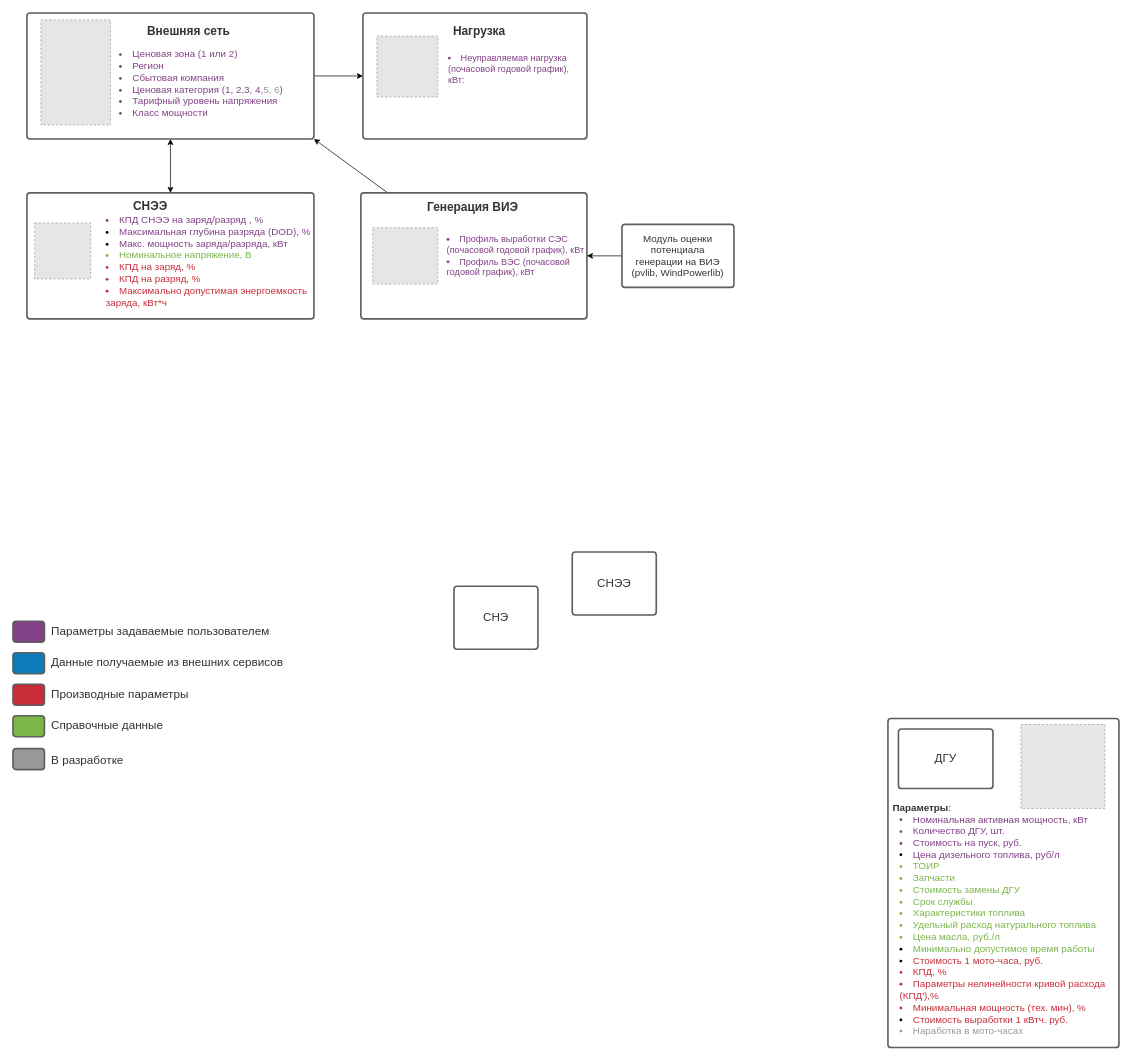
Earlier version of the draw.io diagram page "Статья" (4 of 4) of TEO.drawio (Randyrofed/DrawIO). Source tidied: cells renumbered, new cells numbered last; positions are measured from the earlier drawing's top-left corner, leaving out a move shared by most shapes. Both pictures are drawn from the tidied source at 70%, with x=0, y=0 at pixel (13, 13). Pictures stored in the file or linked from it are replaced by grey dashed boxes.
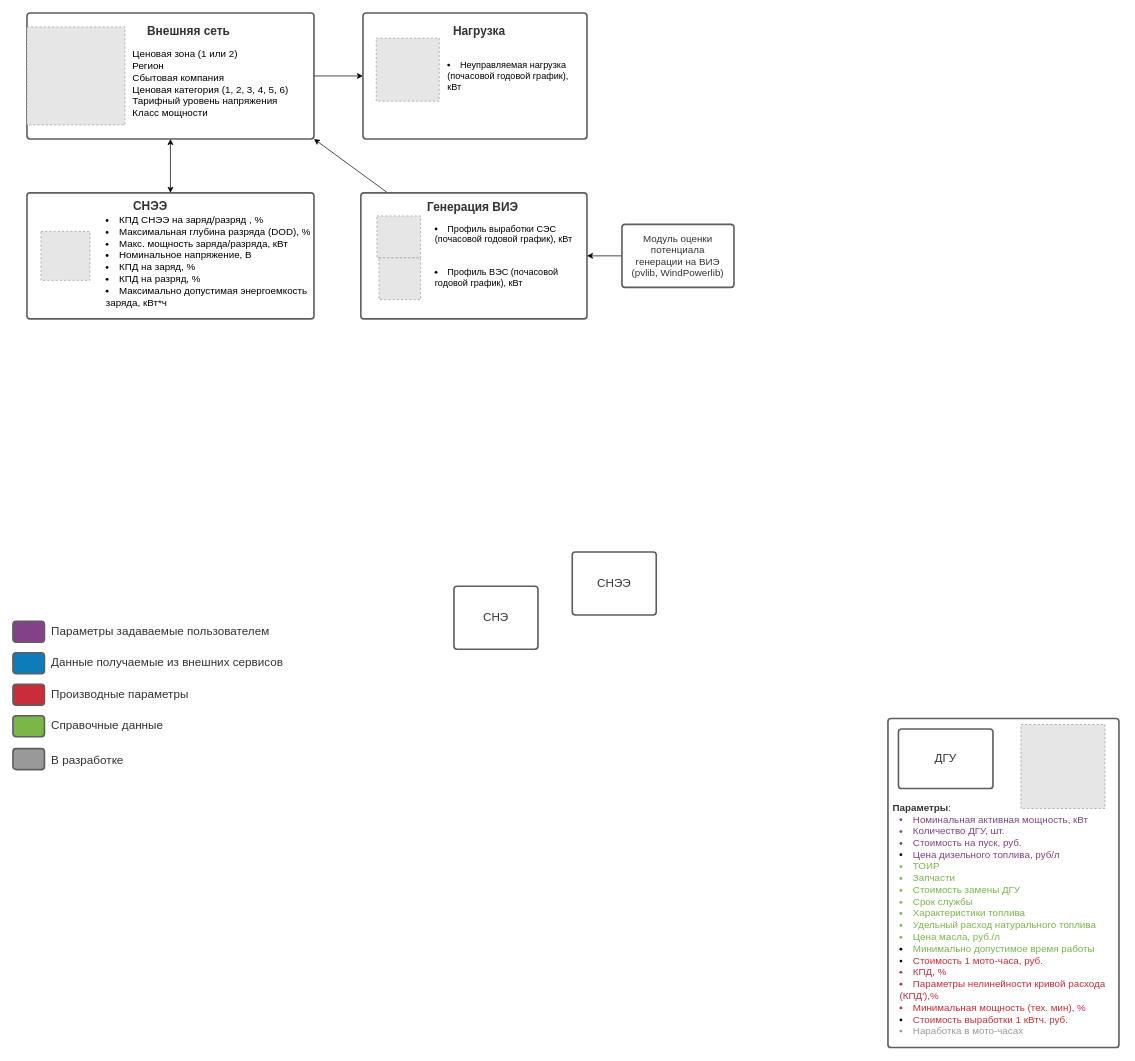
After the change.

Diff of the diagram source:
```diff
@@
-    <mxCell id="6" value="&lt;ul style=&quot;margin: 0px; padding-left: 10px; list-style-position: inside; list-style-type: disc; font-size: 14px;&quot;&gt;&lt;li style=&quot;text-align: left; color: rgb(131, 65, 135); font-size: 14px;&quot;&gt;&lt;span style=&quot;margin-left: 0px; margin-top: -2px; font-size: 14px;&quot;&gt;&lt;span style=&quot;font-size: 14px;&quot;&gt;&lt;span style=&quot;font-size: 14px; color: rgb(131, 65, 135);&quot;&gt;Ценовая зона (1 или 2)&lt;/span&gt;&lt;/span&gt;&lt;/span&gt;&lt;/li&gt;&lt;li style=&quot;text-align: left; color: rgb(131, 65, 135); font-size: 14px;&quot;&gt;&lt;span style=&quot;margin-left: 0px; margin-top: -2px; font-size: 14px;&quot;&gt;&lt;span style=&quot;font-size: 14px; color: rgb(131, 65, 135);&quot;&gt;Регион&lt;/span&gt;&lt;/span&gt;&lt;/li&gt;&lt;li style=&quot;text-align: left; color: rgb(131, 65, 135); font-size: 14px;&quot;&gt;&lt;span style=&quot;margin-left: 0px; margin-top: -2px; font-size: 14px;&quot;&gt;&lt;span style=&quot;font-size: 14px; color: rgb(131, 65, 135);&quot;&gt;Сбытовая компания&lt;/span&gt;&lt;/span&gt;&lt;/li&gt;&lt;li style=&quot;text-align: left; color: rgb(131, 65, 135); font-size: 14px;&quot;&gt;&lt;span style=&quot;margin-left: 0px; margin-top: -2px; font-size: 14px;&quot;&gt;&lt;span style=&quot;font-size: 14px; color: rgb(131, 65, 135);&quot;&gt;Ценовая категория&amp;nbsp;&lt;/span&gt;&lt;/span&gt;(1, 2,&lt;span style=&quot;border-color: var(--border-color); font-size: 14px;&quot;&gt;3, 4,&lt;/span&gt;&lt;span style=&quot;border-color: var(--border-color); color: rgb(153, 153, 153); font-size: 14px;&quot;&gt;5, 6&lt;/span&gt;&lt;span style=&quot;border-color: var(--border-color); font-size: 14px;&quot;&gt;)&lt;/span&gt;&lt;/li&gt;&lt;li style=&quot;text-align: left; color: rgb(131, 65, 135); font-size: 14px;&quot;&gt;&lt;span style=&quot;margin-left: 0px; margin-top: -2px; font-size: 14px;&quot;&gt;&lt;span style=&quot;font-size: 14px; color: rgb(131, 65, 135);&quot;&gt;Тарифный уровень напряжения&lt;/span&gt;&lt;/span&gt;&lt;/li&gt;&lt;li style=&quot;text-align: left; color: rgb(131, 65, 135); font-size: 14px;&quot;&gt;&lt;span style=&quot;margin-left: 0px; margin-top: -2px; font-size: 14px;&quot;&gt;&lt;span style=&quot;font-size: 14px; color: rgb(131, 65, 135);&quot;&gt;Класс мощности&lt;/span&gt;&lt;/span&gt;&lt;/li&gt;&lt;/ul&gt;&lt;div style=&quot;display: flex; justify-content: flex-start; text-align: left; align-items: baseline; font-size: 14px; line-height: 1.25; margin-top: -2px;&quot;&gt;&lt;span style=&quot;font-size: 14px;&quot;&gt;&lt;/span&gt;&lt;/div&gt;" style="html=1;overflow=block;blockSpacing=1;whiteSpace=wrap;fontSize=14;spacing=3.8;verticalAlign=middle;strokeOpacity=0;fillOpacity=0;rounded=1;absoluteArcSize=1;arcSize=9;fillColor=#ffffff;strokeWidth=2.3;lucidId=57ekaHlkeXMu;" parent="1" vertex="1">
+    <mxCell id="6" value="&lt;ul style=&quot;margin: 0px; padding-left: 10px; list-style-position: inside; list-style-type: disc; font-size: 14px;&quot;&gt;&lt;li style=&quot;text-align: left; font-size: 14px;&quot;&gt;&lt;span style=&quot;margin-left: 0px; margin-top: -2px; font-size: 14px;&quot;&gt;&lt;span style=&quot;font-size: 14px;&quot;&gt;&lt;span style=&quot;font-size: 14px;&quot;&gt;Ценовая зона (1 или 2)&lt;/span&gt;&lt;/span&gt;&lt;/span&gt;&lt;/li&gt;&lt;li style=&quot;text-align: left; font-size: 14px;&quot;&gt;&lt;span style=&quot;margin-left: 0px; margin-top: -2px; font-size: 14px;&quot;&gt;&lt;span style=&quot;font-size: 14px;&quot;&gt;Регион&lt;/span&gt;&lt;/span&gt;&lt;/li&gt;&lt;li style=&quot;text-align: left; font-size: 14px;&quot;&gt;&lt;span style=&quot;margin-left: 0px; margin-top: -2px; font-size: 14px;&quot;&gt;&lt;span style=&quot;font-size: 14px;&quot;&gt;Сбытовая компания&lt;/span&gt;&lt;/span&gt;&lt;/li&gt;&lt;li style=&quot;text-align: left; font-size: 14px;&quot;&gt;&lt;span style=&quot;margin-left: 0px; margin-top: -2px; font-size: 14px;&quot;&gt;&lt;span style=&quot;font-size: 14px;&quot;&gt;Ценовая категория&amp;nbsp;&lt;/span&gt;&lt;/span&gt;(1, 2,&amp;nbsp;&lt;span style=&quot;border-color: var(--border-color); font-size: 14px;&quot;&gt;3, 4,&amp;nbsp;&lt;/span&gt;&lt;span style=&quot;border-color: var(--border-color); font-size: 14px;&quot;&gt;5, 6&lt;/span&gt;&lt;span style=&quot;border-color: var(--border-color); font-size: 14px;&quot;&gt;)&lt;/span&gt;&lt;/li&gt;&lt;li style=&quot;text-align: left; font-size: 14px;&quot;&gt;&lt;span style=&quot;margin-left: 0px; margin-top: -2px; font-size: 14px;&quot;&gt;&lt;span style=&quot;font-size: 14px;&quot;&gt;Тарифный уровень напряжения&lt;/span&gt;&lt;/span&gt;&lt;/li&gt;&lt;li style=&quot;text-align: left; font-size: 14px;&quot;&gt;&lt;span style=&quot;margin-left: 0px; margin-top: -2px; font-size: 14px;&quot;&gt;&lt;span style=&quot;font-size: 14px;&quot;&gt;Класс мощности&lt;/span&gt;&lt;/span&gt;&lt;/li&gt;&lt;/ul&gt;&lt;div style=&quot;display: flex; justify-content: flex-start; text-align: left; align-items: baseline; font-size: 14px; line-height: 1.25; margin-top: -2px;&quot;&gt;&lt;span style=&quot;font-size: 14px;&quot;&gt;&lt;/span&gt;&lt;/div&gt;" style="html=1;overflow=block;blockSpacing=1;whiteSpace=wrap;fontSize=14;spacing=3.8;verticalAlign=middle;strokeOpacity=0;fillOpacity=0;rounded=1;absoluteArcSize=1;arcSize=9;fillColor=#ffffff;strokeWidth=2.3;lucidId=57ekaHlkeXMu;fontColor=#000000;" parent="1" vertex="1">
       <mxGeometry x="139.4" y="30" width="260.6" height="140" as="geometry" />
     </mxCell>
-    <mxCell id="7" style="fillColor=#E6E6E6;strokeColor=#999999;dashed=1;verticalLabelPosition=bottom;labelBackgroundColor=default;verticalAlign=top;" parent="1" vertex="1">
-      <mxGeometry x="40" y="10" width="99.4" height="150" as="geometry" />
-    </mxCell>
@@
-    <mxCell id="10" value="&lt;ul style=&quot;margin: 0px; padding-left: 10px; list-style-position: inside; list-style-type: disc; font-size: 13px;&quot;&gt;&lt;li style=&quot;text-align: left; color: rgb(131, 65, 135); font-size: 13px;&quot;&gt;&lt;span style=&quot;margin-left: 0px; margin-top: -2px; font-size: 13px;&quot;&gt;&lt;span style=&quot;font-size: 13px; color: rgb(131, 65, 135);&quot;&gt;Неуправляемая нагрузка (почасовой годовой график), кВт:&lt;/span&gt;&lt;/span&gt;&lt;/li&gt;&lt;/ul&gt;" style="html=1;overflow=block;blockSpacing=1;whiteSpace=wrap;fontSize=13;spacing=3.8;strokeOpacity=0;fillOpacity=0;rounded=1;absoluteArcSize=1;arcSize=9;fillColor=#ffffff;strokeWidth=2.3;lucidId=FNhksjk4ECOr;" parent="1" vertex="1">
-      <mxGeometry x="609" y="33" width="210" height="93" as="geometry" />
+    <mxCell id="10" value="&lt;ul style=&quot;margin: 0px; padding-left: 10px; list-style-position: inside; list-style-type: disc; font-size: 13px;&quot;&gt;&lt;li style=&quot;text-align: left; font-size: 13px;&quot;&gt;&lt;span style=&quot;margin-left: 0px; margin-top: -2px; font-size: 13px;&quot;&gt;&lt;span style=&quot;font-size: 13px;&quot;&gt;Неуправляемая нагрузка (почасовой годовой график), кВт&lt;/span&gt;&lt;/span&gt;&lt;/li&gt;&lt;/ul&gt;" style="html=1;overflow=block;blockSpacing=1;whiteSpace=wrap;fontSize=13;spacing=3.8;strokeOpacity=0;fillOpacity=0;rounded=1;absoluteArcSize=1;arcSize=9;fillColor=#ffffff;strokeWidth=2.3;lucidId=FNhksjk4ECOr;fontColor=#000000;" parent="1" vertex="1">
+      <mxGeometry x="608.2" y="43.5" width="210" height="93" as="geometry" />
     </mxCell>
-    <mxCell id="11" style="fillColor=#E6E6E6;strokeColor=#999999;dashed=1;html=1;whiteSpace=wrap;fontSize=13;spacing=0;" parent="1" vertex="1">
-      <mxGeometry x="520" y="33" width="87" height="87" as="geometry" />
-    </mxCell>
@@
-    <mxCell id="14" style="fillColor=#E6E6E6;strokeColor=#999999;dashed=1;html=1;whiteSpace=wrap;fontSize=13;spacing=0;" parent="1" vertex="1">
-      <mxGeometry x="514" y="306.8" width="93" height="80.5" as="geometry" />
-    </mxCell>
-    <mxCell id="15" value="&lt;ul style=&quot;margin: 0px; padding-left: 10px; list-style-position: inside; list-style-type: disc; font-size: 13px;&quot;&gt;&lt;li style=&quot;text-align: left; color: rgb(131, 65, 135); font-size: 13px;&quot;&gt;&lt;span style=&quot;margin-left: 0px; margin-top: -2px; font-size: 13px;&quot;&gt;&lt;span style=&quot;font-size: 13px; color: rgb(131, 65, 135);&quot;&gt;Профиль выработки СЭС (почасовой годовой график), кВт&lt;/span&gt;&lt;/span&gt;&lt;/li&gt;&lt;li style=&quot;text-align: left; color: rgb(131, 65, 135); font-size: 13px;&quot;&gt;&lt;span style=&quot;margin-left: 0px; margin-top: -2px; font-size: 13px;&quot;&gt;&lt;span style=&quot;font-size: 13px; color: rgb(131, 65, 135);&quot;&gt;Профиль ВЭС (почасовой годовой график), кВт&lt;/span&gt;&lt;/span&gt;&lt;/li&gt;&lt;/ul&gt;" style="html=1;overflow=block;blockSpacing=1;whiteSpace=wrap;fontSize=13;spacing=3.8;strokeOpacity=0;fillOpacity=0;rounded=1;absoluteArcSize=1;arcSize=9;fillColor=#ffffff;strokeWidth=2.3;lucidId=cNhkJLrY1LIh;" parent="1" vertex="1">
-      <mxGeometry x="607" y="273.5" width="213" height="147" as="geometry" />
+    <mxCell id="15" value="&lt;ul style=&quot;margin: 0px; padding-left: 10px; list-style-position: inside; list-style-type: disc; font-size: 13px;&quot;&gt;&lt;li style=&quot;text-align: left; font-size: 13px;&quot;&gt;&lt;span style=&quot;margin-left: 0px; margin-top: -2px; font-size: 13px;&quot;&gt;&lt;span style=&quot;font-size: 13px;&quot;&gt;Профиль выработки СЭС (почасовой годовой график), кВт&lt;/span&gt;&lt;/span&gt;&lt;/li&gt;&lt;/ul&gt;&lt;div style=&quot;text-align: left;&quot;&gt;&lt;font&gt;&lt;br&gt;&lt;/font&gt;&lt;/div&gt;&lt;div style=&quot;text-align: left;&quot;&gt;&lt;font&gt;&lt;br&gt;&lt;/font&gt;&lt;/div&gt;&lt;ul style=&quot;margin: 0px; padding-left: 10px; list-style-position: inside; list-style-type: disc; font-size: 13px;&quot;&gt;&lt;li style=&quot;text-align: left; font-size: 13px;&quot;&gt;&lt;span style=&quot;margin-left: 0px; margin-top: -2px; font-size: 13px;&quot;&gt;&lt;span style=&quot;font-size: 13px;&quot;&gt;Профиль ВЭС (почасовой годовой график), кВт&lt;/span&gt;&lt;/span&gt;&lt;/li&gt;&lt;/ul&gt;" style="html=1;overflow=block;blockSpacing=1;whiteSpace=wrap;fontSize=13;spacing=3.8;strokeOpacity=0;fillOpacity=0;rounded=1;absoluteArcSize=1;arcSize=9;fillColor=#ffffff;strokeWidth=2.3;lucidId=cNhkJLrY1LIh;fontColor=#000000;" parent="1" vertex="1">
+      <mxGeometry x="590" y="273.5" width="230" height="147" as="geometry" />
     </mxCell>
@@
-    <mxCell id="17" value="&lt;ul style=&quot;margin: 0px; padding-left: 10px; list-style-position: inside; list-style-type: disc; font-size: 14px;&quot;&gt;&lt;li style=&quot;text-align: left; color: rgb(131, 65, 135); font-size: 14px;&quot;&gt;&lt;span style=&quot;margin-left: 0px; margin-top: -2px; font-size: 14px;&quot;&gt;&lt;span style=&quot;font-size: 14px;&quot;&gt;&lt;span style=&quot;font-size: 14px; color: rgb(131, 65, 135);&quot;&gt;КПД СНЭЭ на заряд/разряд , %&lt;/span&gt;&lt;span style=&quot;font-size: 14px; color: rgb(51, 51, 51);&quot;&gt;&lt;/span&gt;&lt;/span&gt;&lt;/span&gt;&lt;/li&gt;&lt;li style=&quot;border-color: var(--border-color); text-align: left; font-size: 14px;&quot;&gt;&lt;font color=&quot;#834187&quot; style=&quot;font-size: 14px;&quot;&gt;Максимальная глубина разряда (DOD), %&lt;span style=&quot;margin-left: 0px; margin-top: -2px; font-size: 14px; border-color: var(--border-color);&quot;&gt;&lt;/span&gt;&lt;/font&gt;&lt;/li&gt;&lt;li style=&quot;border-color: var(--border-color); text-align: left; font-size: 14px;&quot;&gt;&lt;font color=&quot;#834187&quot; style=&quot;font-size: 14px;&quot;&gt;Макс. мощность заряда/разряда, кВт&lt;/font&gt;&lt;/li&gt;&lt;li style=&quot;text-align: left; color: rgb(122, 182, 72); font-size: 14px;&quot;&gt;&lt;span style=&quot;margin-left: 0px; margin-top: -2px; font-size: 14px;&quot;&gt;&lt;span style=&quot;font-size: 14px; color: rgb(122, 182, 72);&quot;&gt;Номинальное напряжение, В&lt;/span&gt;&lt;/span&gt;&lt;/li&gt;&lt;li style=&quot;border-color: var(--border-color); text-align: left; color: rgb(201, 45, 57); font-size: 14px;&quot;&gt;&lt;span style=&quot;border-color: var(--border-color); margin-left: 0px; margin-top: -2px; font-size: 14px;&quot;&gt;&lt;span style=&quot;border-color: var(--border-color); font-size: 14px;&quot;&gt;КПД на заряд, %&lt;/span&gt;&lt;/span&gt;&lt;/li&gt;&lt;li style=&quot;border-color: var(--border-color); text-align: left; color: rgb(201, 45, 57); font-size: 14px;&quot;&gt;&lt;span style=&quot;border-color: var(--border-color); margin-left: 0px; margin-top: -2px; font-size: 14px;&quot;&gt;&lt;span style=&quot;border-color: var(--border-color); font-size: 14px;&quot;&gt;КПД на разряд, %&lt;/span&gt;&lt;/span&gt;&lt;/li&gt;&lt;li style=&quot;text-align: left; color: rgb(201, 45, 57); font-size: 14px;&quot;&gt;&lt;span style=&quot;margin-left: 0px; margin-top: -2px; font-size: 14px;&quot;&gt;&lt;span style=&quot;font-size: 14px;&quot;&gt;&lt;span style=&quot;font-size: 14px; color: rgb(201, 45, 57);&quot;&gt;Максимально допустимая энергоемкость заряда, кВт*ч&lt;/span&gt;&lt;/span&gt;&lt;/span&gt;&lt;/li&gt;&lt;/ul&gt;" style="html=1;overflow=block;blockSpacing=1;whiteSpace=wrap;fontSize=14;spacing=3.8;verticalAlign=middle;strokeOpacity=0;fillOpacity=0;rounded=1;absoluteArcSize=1;arcSize=9;fillColor=#ffffff;strokeWidth=2.3;lucidId=nnfk.O3M~Lhb;" parent="1" vertex="1">
+    <mxCell id="17" value="&lt;ul style=&quot;margin: 0px; padding-left: 10px; list-style-position: inside; list-style-type: disc; font-size: 14px;&quot;&gt;&lt;li style=&quot;text-align: left; font-size: 14px;&quot;&gt;&lt;span style=&quot;margin-left: 0px; margin-top: -2px; font-size: 14px;&quot;&gt;&lt;span style=&quot;font-size: 14px;&quot;&gt;&lt;span style=&quot;font-size: 14px;&quot;&gt;КПД СНЭЭ на заряд/разряд , %&lt;/span&gt;&lt;span style=&quot;font-size: 14px;&quot;&gt;&lt;/span&gt;&lt;/span&gt;&lt;/span&gt;&lt;/li&gt;&lt;li style=&quot;border-color: var(--border-color); text-align: left; font-size: 14px;&quot;&gt;&lt;font style=&quot;font-size: 14px;&quot;&gt;Максимальная глубина разряда (DOD), %&lt;span style=&quot;margin-left: 0px; margin-top: -2px; font-size: 14px; border-color: var(--border-color);&quot;&gt;&lt;/span&gt;&lt;/font&gt;&lt;/li&gt;&lt;li style=&quot;border-color: var(--border-color); text-align: left; font-size: 14px;&quot;&gt;&lt;font style=&quot;font-size: 14px;&quot;&gt;Макс. мощность заряда/разряда, кВт&lt;/font&gt;&lt;/li&gt;&lt;li style=&quot;text-align: left; font-size: 14px;&quot;&gt;&lt;span style=&quot;margin-left: 0px; margin-top: -2px; font-size: 14px;&quot;&gt;&lt;span style=&quot;font-size: 14px;&quot;&gt;Номинальное напряжение, В&lt;/span&gt;&lt;/span&gt;&lt;/li&gt;&lt;li style=&quot;border-color: var(--border-color); text-align: left; font-size: 14px;&quot;&gt;&lt;span style=&quot;border-color: var(--border-color); margin-left: 0px; margin-top: -2px; font-size: 14px;&quot;&gt;&lt;span style=&quot;border-color: var(--border-color); font-size: 14px;&quot;&gt;КПД на заряд, %&lt;/span&gt;&lt;/span&gt;&lt;/li&gt;&lt;li style=&quot;border-color: var(--border-color); text-align: left; font-size: 14px;&quot;&gt;&lt;span style=&quot;border-color: var(--border-color); margin-left: 0px; margin-top: -2px; font-size: 14px;&quot;&gt;&lt;span style=&quot;border-color: var(--border-color); font-size: 14px;&quot;&gt;КПД на разряд, %&lt;/span&gt;&lt;/span&gt;&lt;/li&gt;&lt;li style=&quot;text-align: left; font-size: 14px;&quot;&gt;&lt;span style=&quot;margin-left: 0px; margin-top: -2px; font-size: 14px;&quot;&gt;&lt;span style=&quot;font-size: 14px;&quot;&gt;&lt;span style=&quot;font-size: 14px;&quot;&gt;Максимально допустимая энергоемкость заряда, кВт*ч&lt;/span&gt;&lt;/span&gt;&lt;/span&gt;&lt;/li&gt;&lt;/ul&gt;" style="html=1;overflow=block;blockSpacing=1;whiteSpace=wrap;fontSize=14;spacing=3.8;verticalAlign=middle;strokeOpacity=0;fillOpacity=0;rounded=1;absoluteArcSize=1;arcSize=9;fillColor=#ffffff;strokeWidth=2.3;lucidId=nnfk.O3M~Lhb;fontColor=#000000;" parent="1" vertex="1">
       <mxGeometry x="120" y="284.5" width="310" height="125" as="geometry" />
     </mxCell>
@@
-    <mxCell id="36" style="fillColor=#E6E6E6;strokeColor=#999999;dashed=1;verticalLabelPosition=bottom;labelBackgroundColor=default;verticalAlign=top;" parent="1" vertex="1">
-      <mxGeometry x="31" y="300" width="80" height="80" as="geometry" />
-    </mxCell>
@@
+    <mxCell id="39" style="fillColor=#E6E6E6;strokeColor=#999999;dashed=1;verticalLabelPosition=bottom;labelBackgroundColor=default;verticalAlign=top;" parent="1" vertex="1">
+      <mxGeometry x="520" y="290" width="62.4" height="60" as="geometry" />
+    </mxCell>
+    <mxCell id="40" style="fillColor=#E6E6E6;strokeColor=#999999;dashed=1;verticalLabelPosition=bottom;labelBackgroundColor=default;verticalAlign=top;" parent="1" vertex="1">
+      <mxGeometry x="522.9" y="350" width="59.5" height="59.5" as="geometry" />
+    </mxCell>
+    <mxCell id="41" style="fillColor=#E6E6E6;strokeColor=#999999;dashed=1;verticalLabelPosition=bottom;labelBackgroundColor=default;verticalAlign=top;" parent="1" vertex="1">
+      <mxGeometry x="40" y="312" width="70" height="70" as="geometry" />
+    </mxCell>
+    <mxCell id="42" style="fillColor=#E6E6E6;strokeColor=#999999;dashed=1;verticalLabelPosition=bottom;labelBackgroundColor=default;verticalAlign=top;" parent="1" vertex="1">
+      <mxGeometry x="519" y="36" width="90" height="90" as="geometry" />
+    </mxCell>
+    <mxCell id="43" style="fillColor=#E6E6E6;strokeColor=#999999;dashed=1;verticalLabelPosition=bottom;labelBackgroundColor=default;verticalAlign=top;" parent="1" vertex="1">
+      <mxGeometry x="20" y="20" width="140" height="140" as="geometry" />
+    </mxCell>
```
